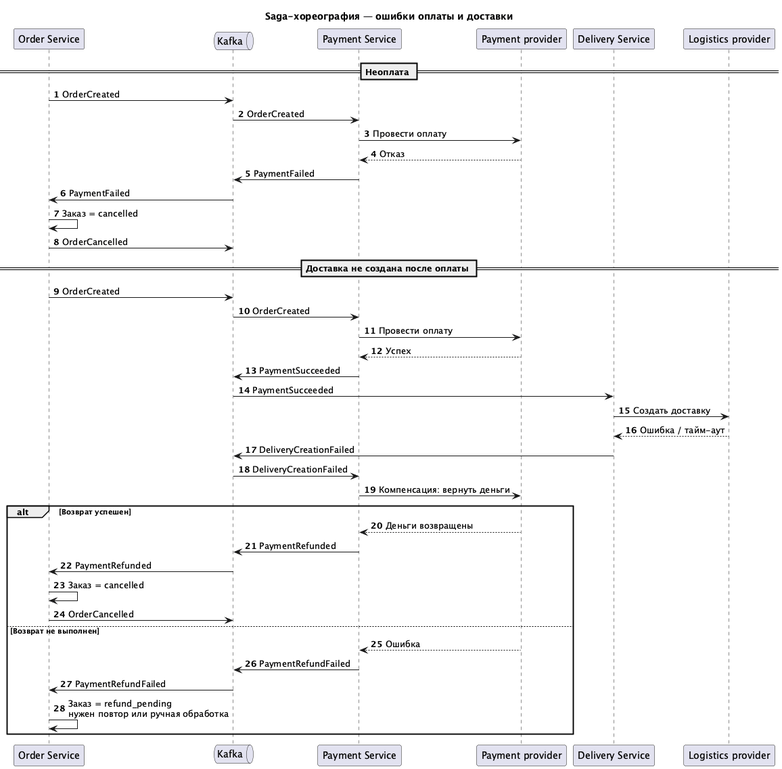
Above: Task1/saga-failures.png in FFinn/MSA-3-NovaMarket-v1 (PlantUML), before the change. Its diagram source:
```plantuml
@startuml
title Saga-хореография — ошибки оплаты и доставки
autonumber
participant "Order Service" as O
queue Kafka as K
participant "Payment Service" as P
participant "Payment provider" as PP
participant "Delivery Service" as D
participant "Logistics provider" as LP

== Неоплата ==
O -> K: OrderCreated
K -> P: OrderCreated
P -> PP: Провести оплату
PP --> P: Отказ
P -> K: PaymentFailed
K -> O: PaymentFailed
O -> O: Заказ = cancelled
O -> K: OrderCancelled

== Доставка не создана после оплаты ==
O -> K: OrderCreated
K -> P: OrderCreated
P -> PP: Провести оплату
PP --> P: Успех
P -> K: PaymentSucceeded
K -> D: PaymentSucceeded
D -> LP: Создать доставку
LP --> D: Ошибка / тайм-аут
D -> K: DeliveryCreationFailed
K -> P: DeliveryCreationFailed
P -> PP: Компенсация: вернуть деньги
alt Возврат успешен
  PP --> P: Деньги возвращены
  P -> K: PaymentRefunded
  K -> O: PaymentRefunded
  O -> O: Заказ = cancelled
  O -> K: OrderCancelled
else Возврат не выполнен
  PP --> P: Ошибка
  P -> K: PaymentRefundFailed
  K -> O: PaymentRefundFailed
  O -> O: Заказ = refund_pending\nнужен повтор или ручная обработка
end
@enduml
```
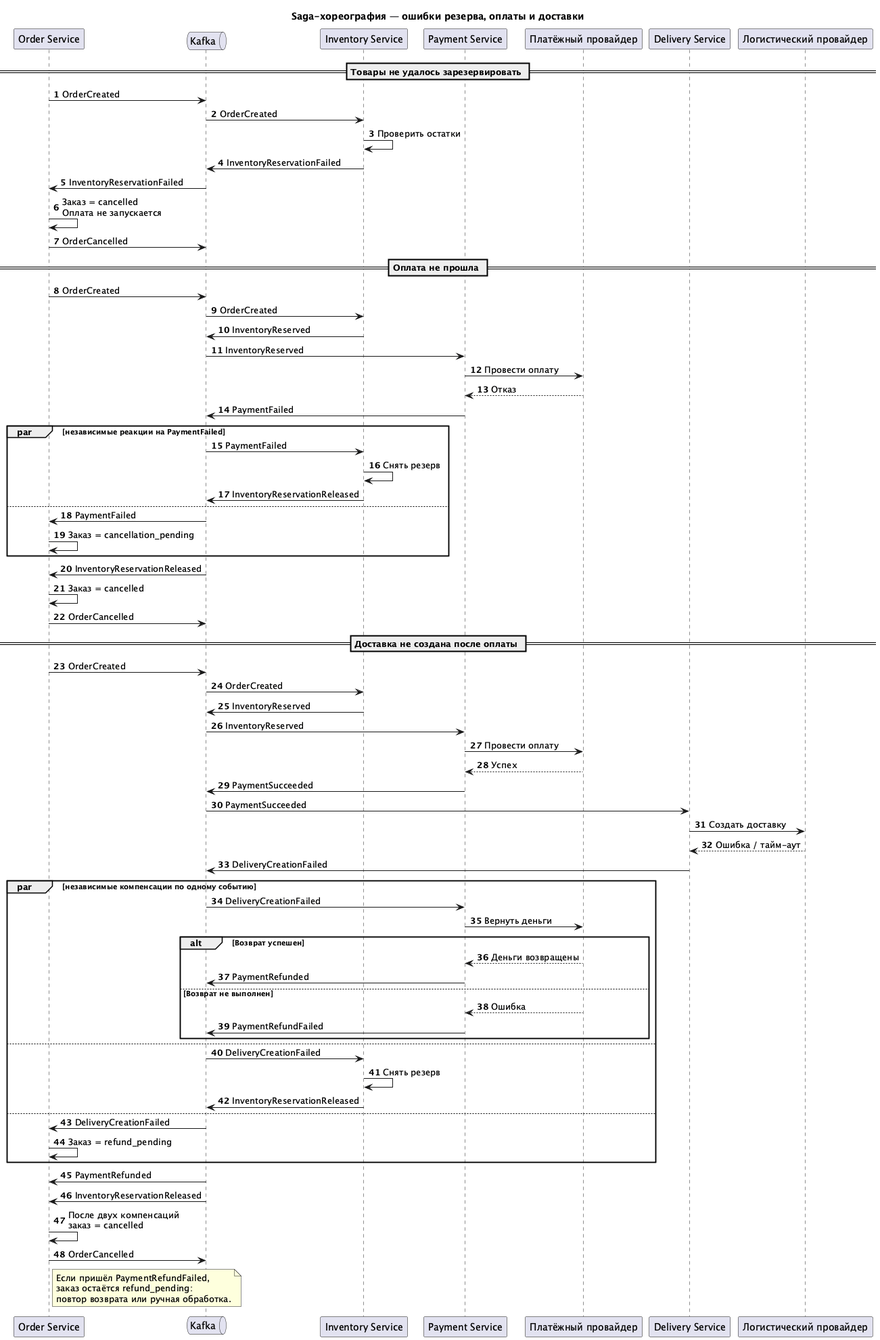
The same diagram one commit later.

The edit, as a diff of the source:
```diff
@@ -1,26 +1,48 @@
 @startuml
-title Saga-хореография — ошибки оплаты и доставки
+title Saga-хореография — ошибки резерва, оплаты и доставки
 autonumber
 participant "Order Service" as O
 queue Kafka as K
+participant "Inventory Service" as I
 participant "Payment Service" as P
-participant "Payment provider" as PP
+participant "Платёжный провайдер" as PP
 participant "Delivery Service" as D
-participant "Logistics provider" as LP
+participant "Логистический провайдер" as LP
 
-== Неоплата ==
+== Товары не удалось зарезервировать ==
 O -> K: OrderCreated
-K -> P: OrderCreated
+K -> I: OrderCreated
+I -> I: Проверить остатки
+I -> K: InventoryReservationFailed
+K -> O: InventoryReservationFailed
+O -> O: Заказ = cancelled\nОплата не запускается
+O -> K: OrderCancelled
+
+== Оплата не прошла ==
+O -> K: OrderCreated
+K -> I: OrderCreated
+I -> K: InventoryReserved
+K -> P: InventoryReserved
 P -> PP: Провести оплату
 PP --> P: Отказ
 P -> K: PaymentFailed
-K -> O: PaymentFailed
+par независимые реакции на PaymentFailed
+  K -> I: PaymentFailed
+  I -> I: Снять резерв
+  I -> K: InventoryReservationReleased
+else
+  K -> O: PaymentFailed
+  O -> O: Заказ = cancellation_pending
+end
+K -> O: InventoryReservationReleased
 O -> O: Заказ = cancelled
 O -> K: OrderCancelled
 
 == Доставка не создана после оплаты ==
 O -> K: OrderCreated
-K -> P: OrderCreated
+K -> I: OrderCreated
+I -> K: InventoryReserved
+K -> P: InventoryReserved
 P -> PP: Провести оплату
 PP --> P: Успех
 P -> K: PaymentSucceeded
@@ -28,18 +50,33 @@
 D -> LP: Создать доставку
 LP --> D: Ошибка / тайм-аут
 D -> K: DeliveryCreationFailed
-K -> P: DeliveryCreationFailed
-P -> PP: Компенсация: вернуть деньги
-alt Возврат успешен
-  PP --> P: Деньги возвращены
-  P -> K: PaymentRefunded
-  K -> O: PaymentRefunded
-  O -> O: Заказ = cancelled
-  O -> K: OrderCancelled
-else Возврат не выполнен
-  PP --> P: Ошибка
-  P -> K: PaymentRefundFailed
-  K -> O: PaymentRefundFailed
-  O -> O: Заказ = refund_pending\nнужен повтор или ручная обработка
+
+par независимые компенсации по одному событию
+  K -> P: DeliveryCreationFailed
+  P -> PP: Вернуть деньги
+  alt Возврат успешен
+    PP --> P: Деньги возвращены
+    P -> K: PaymentRefunded
+  else Возврат не выполнен
+    PP --> P: Ошибка
+    P -> K: PaymentRefundFailed
+  end
+else
+  K -> I: DeliveryCreationFailed
+  I -> I: Снять резерв
+  I -> K: InventoryReservationReleased
+else
+  K -> O: DeliveryCreationFailed
+  O -> O: Заказ = refund_pending
 end
+K -> O: PaymentRefunded
+K -> O: InventoryReservationReleased
+O -> O: После двух компенсаций\nзаказ = cancelled
+O -> K: OrderCancelled
+
+note right of O
+Если пришёл PaymentRefundFailed,
+заказ остаётся refund_pending:
+повтор возврата или ручная обработка.
+end note
 @enduml
```
